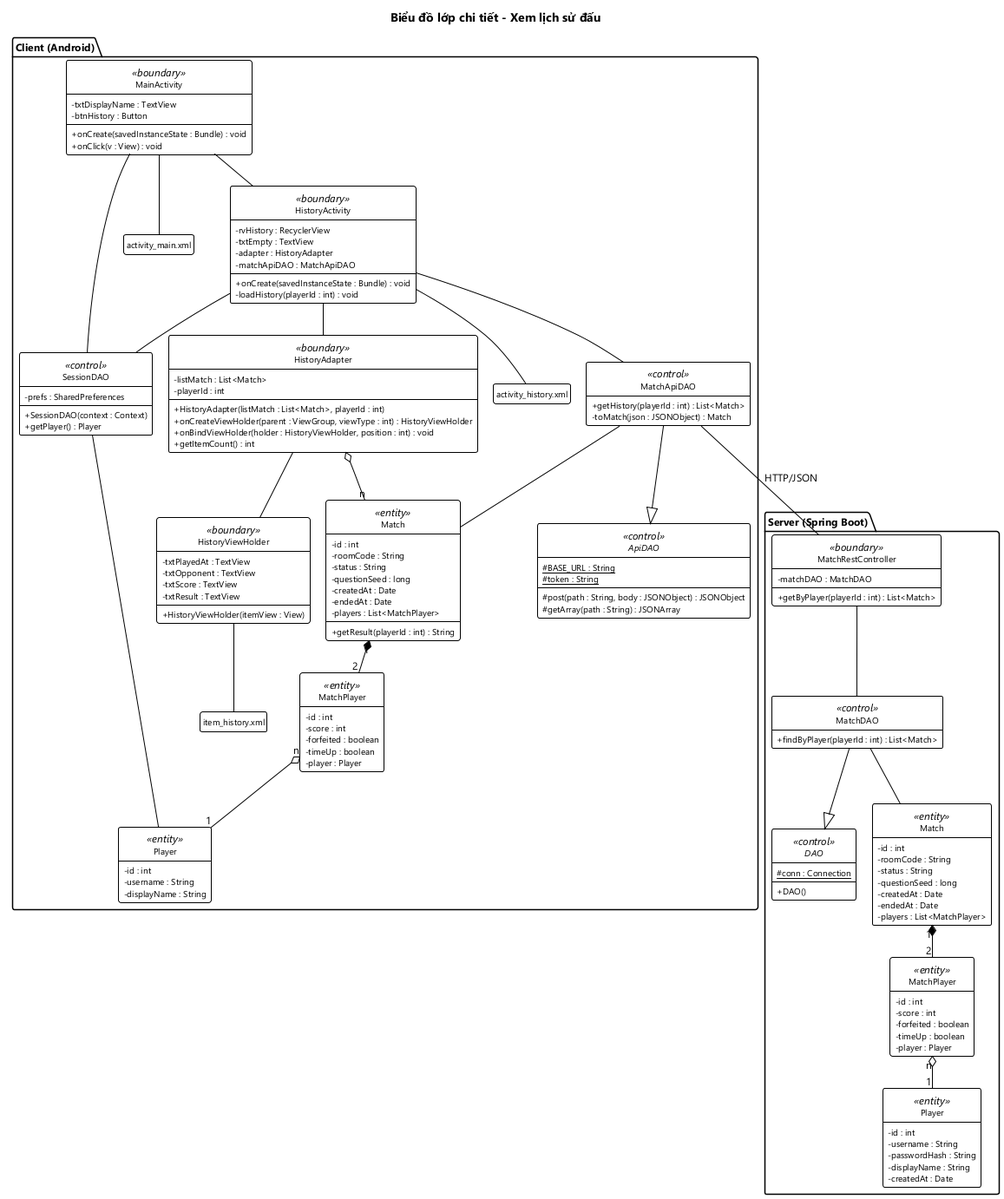
Above: docs/hung/lop-thiet-ke-uc06.png in HungNguyenBa1811/math-dash (PlantUML), before the change.
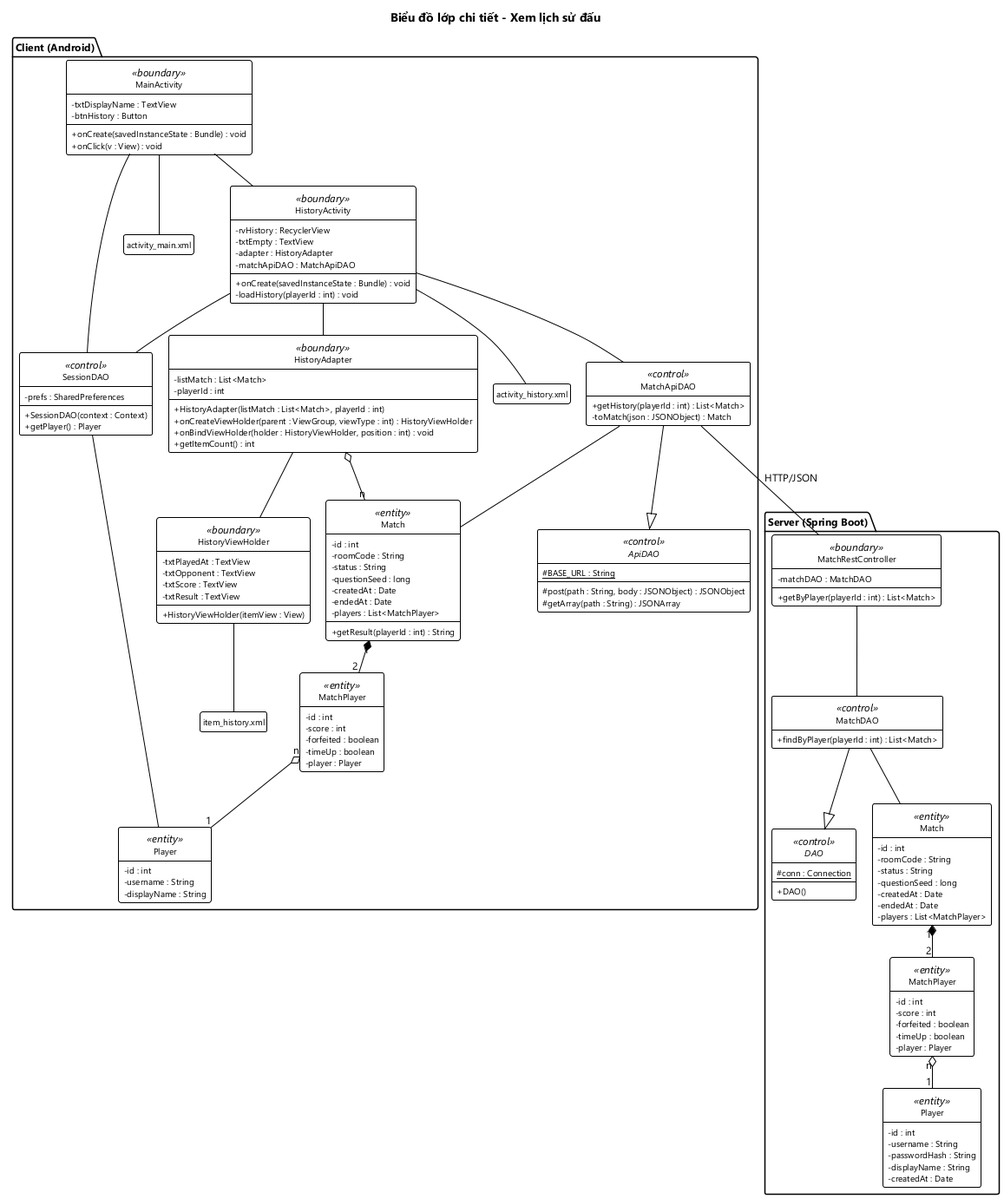
Above is the later version.

What changed in the source:
```diff
@@ -42,7 +42,6 @@
   }
   abstract class ApiDAO <<control>> {
     # {static} BASE_URL : String
-    # {static} token : String
     # post(path : String, body : JSONObject) : JSONObject
     # getArray(path : String) : JSONArray
   }
```
